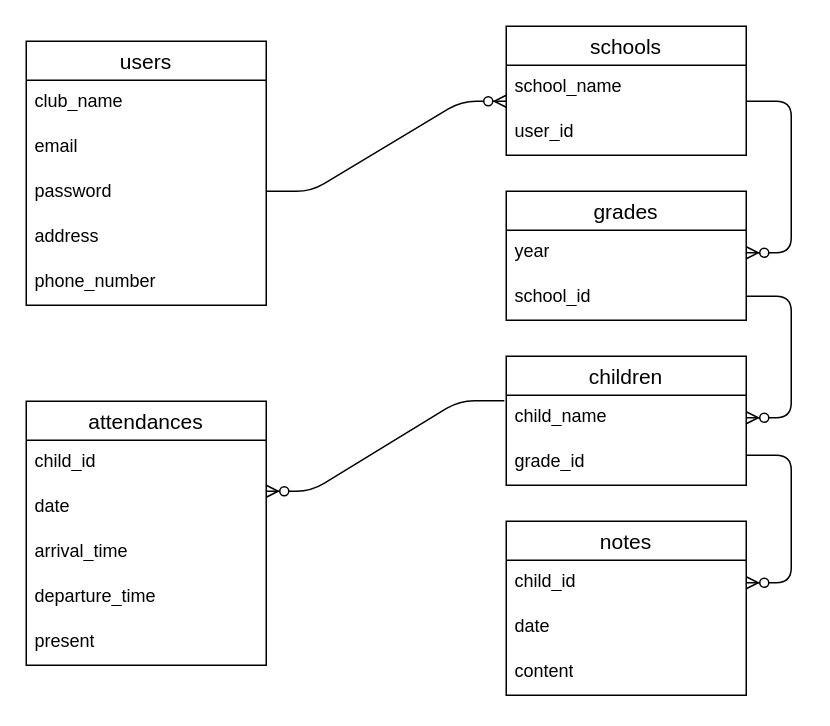
The draw.io diagram ER図.drawio in K-Nakagawa1210/gakudo_app, before the edit. Source tidied: cells renumbered, new cells numbered last; positions are measured from the earlier drawing's top-left corner, leaving out a move shared by most shapes. Both pictures are drawn from the tidied source at 150%, with x=0, y=0 at pixel (26, 26).
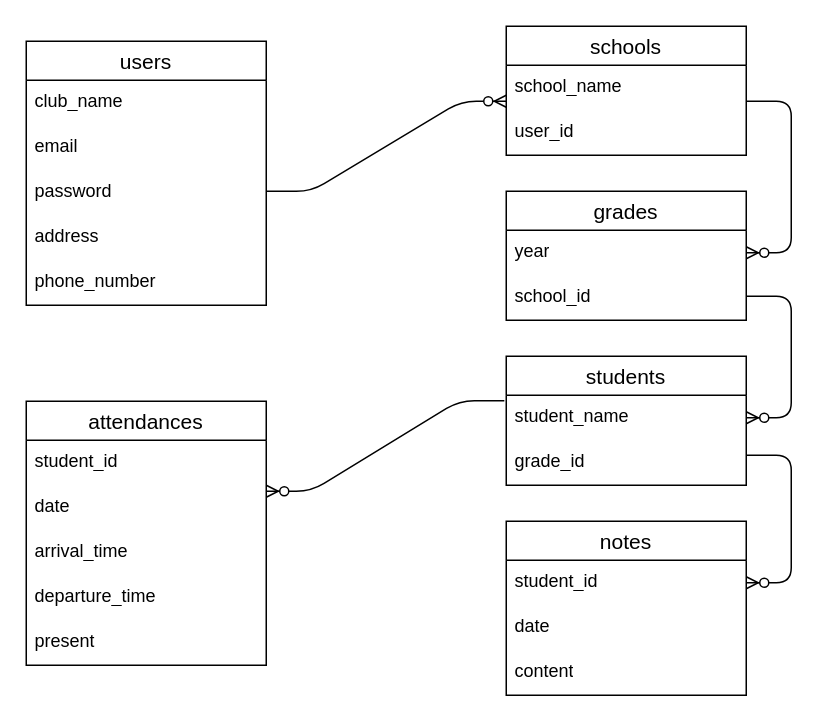
The same diagram, later.

The change refers to these unchanged cells:
```xml
<mxCell id="17" value="attendances" style="swimlane;fontStyle=0;horizontal=1;startSize=26;align=center;fontSize=14;" parent="1" vertex="1">
  <mxGeometry y="250" width="160" height="176" as="geometry" />
</mxCell>
<mxCell id="23" value="notes" style="swimlane;fontStyle=0;horizontal=1;startSize=26;align=center;fontSize=14;" parent="1" vertex="1">
  <mxGeometry x="320" y="330" width="160" height="116" as="geometry" />
</mxCell>
```

Diff of the diagram source:
```diff
@@
-    <mxCell id="14" value="children" style="swimlane;fontStyle=0;horizontal=1;startSize=26;align=center;fontSize=14;" parent="1" vertex="1">
+    <mxCell id="14" value="students" style="swimlane;fontStyle=0;horizontal=1;startSize=26;align=center;fontSize=14;" parent="1" vertex="1">
       <mxGeometry x="320" y="220" width="160" height="86" as="geometry" />
     </mxCell>
-    <mxCell id="15" value="child_name" style="text;strokeColor=none;fillColor=none;spacingLeft=4;spacingRight=4;overflow=hidden;points=[[0,0.5],[1,0.5]];portConstraint=eastwest;fontSize=12;whiteSpace=wrap;html=1;" parent="14" vertex="1">
+    <mxCell id="15" value="student_name" style="text;strokeColor=none;fillColor=none;spacingLeft=4;spacingRight=4;overflow=hidden;points=[[0,0.5],[1,0.5]];portConstraint=eastwest;fontSize=12;whiteSpace=wrap;html=1;" parent="14" vertex="1">
       <mxGeometry y="26" width="160" height="30" as="geometry" />
     </mxCell>
@@
-    <mxCell id="18" value="child_id" style="text;strokeColor=none;fillColor=none;spacingLeft=4;spacingRight=4;overflow=hidden;fontSize=12;whiteSpace=wrap;html=1;" parent="17" vertex="1">
+    <mxCell id="18" value="student_id" style="text;strokeColor=none;fillColor=none;spacingLeft=4;spacingRight=4;overflow=hidden;fontSize=12;whiteSpace=wrap;html=1;" parent="17" vertex="1">
       <mxGeometry y="26" width="160" height="30" as="geometry" />
     </mxCell>
@@
-    <mxCell id="24" value="child_id" style="text;strokeColor=none;fillColor=none;spacingLeft=4;spacingRight=4;overflow=hidden;points=[[0,0.5],[1,0.5]];portConstraint=eastwest;fontSize=12;whiteSpace=wrap;html=1;" parent="23" vertex="1">
+    <mxCell id="24" value="student_id" style="text;strokeColor=none;fillColor=none;spacingLeft=4;spacingRight=4;overflow=hidden;points=[[0,0.5],[1,0.5]];portConstraint=eastwest;fontSize=12;whiteSpace=wrap;html=1;" parent="23" vertex="1">
       <mxGeometry y="26" width="160" height="30" as="geometry" />
     </mxCell>
```
